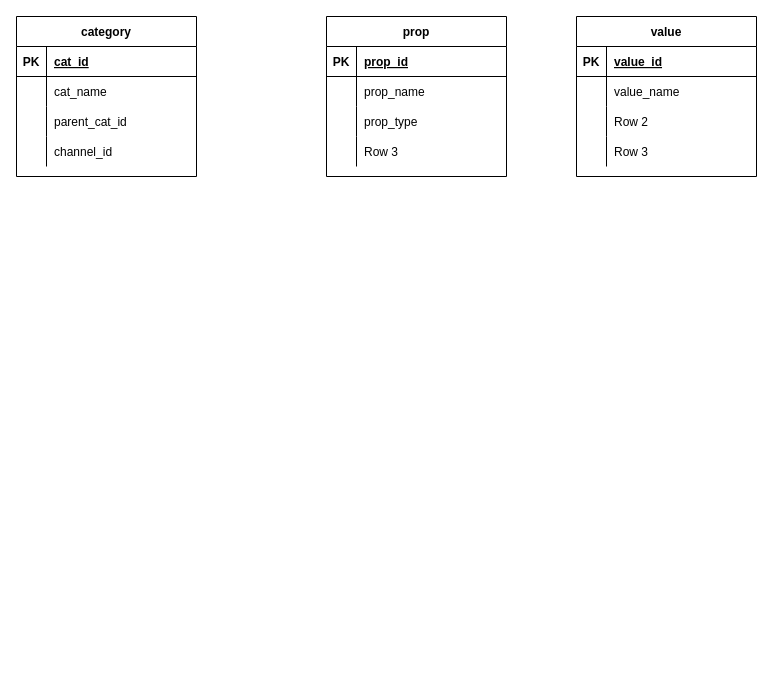
The draw.io diagram PersonalDoc/学习整理/电商知识整理/类目域.drawio in zero9230/sanguozhi11, before the edit. Source tidied: cells renumbered, new cells numbered last; positions are measured from the earlier drawing's top-left corner, leaving out a move shared by most shapes. Both pictures are drawn from the tidied source at 100%, with x=0, y=0 at pixel (16, 16).
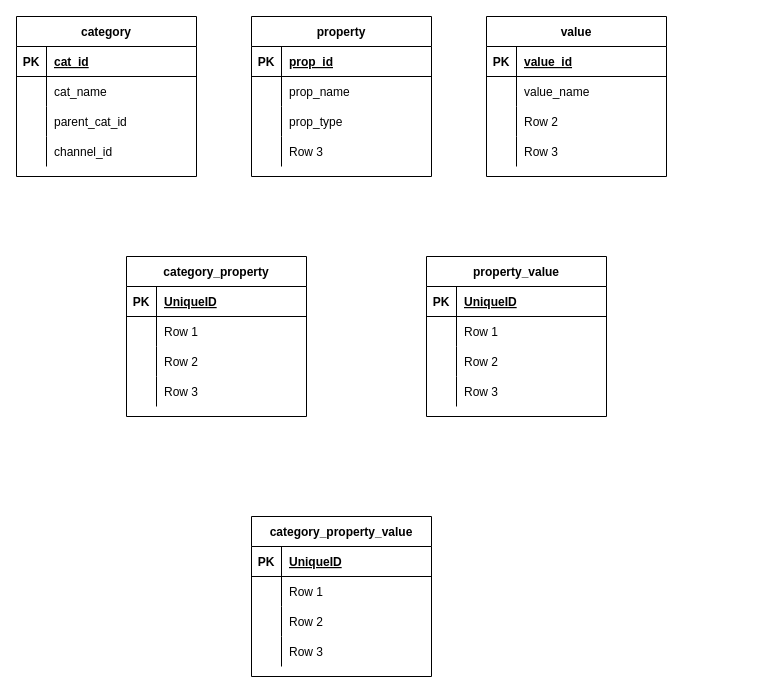
The same page after the edit.

Change to the diagram source:
```diff
@@
-    <mxCell id="15" value="prop" style="shape=table;startSize=30;childLayout=tableLayout;rowLines=0;fontStyle=1;align=center;" parent="1" vertex="1">
-      <mxGeometry x="310" width="180" height="160" as="geometry" />
+    <mxCell id="15" value="property" style="shape=table;startSize=30;childLayout=tableLayout;rowLines=0;fontStyle=1;align=center;" parent="1" vertex="1">
+      <mxGeometry x="235" width="180" height="160" as="geometry" />
     </mxCell>
@@
     <mxCell id="28" value="value" style="shape=table;startSize=30;childLayout=tableLayout;rowLines=0;fontStyle=1;align=center;" parent="1" vertex="1">
-      <mxGeometry x="560" width="180" height="160" as="geometry" />
+      <mxGeometry x="470" width="180" height="160" as="geometry" />
     </mxCell>
@@
+    <mxCell id="41" value="category_property" style="shape=table;startSize=30;childLayout=tableLayout;rowLines=0;fontStyle=1;align=center;" parent="1" vertex="1">
+      <mxGeometry x="110" y="240" width="180" height="160" as="geometry" />
+    </mxCell>
+    <mxCell id="42" style="shape=partialRectangle;fillColor=none;top=0;left=0;bottom=1;right=0;" parent="41" vertex="1">
+      <mxGeometry y="30" width="180" height="30" as="geometry" />
+    </mxCell>
+    <mxCell id="43" value="PK" style="shape=partialRectangle;fillColor=none;top=0;left=0;bottom=0;right=0;fontStyle=1;overflow=hidden;" parent="42" vertex="1">
+      <mxGeometry width="30" height="30" as="geometry" />
+    </mxCell>
+    <mxCell id="44" value="UniqueID" style="shape=partialRectangle;fillColor=none;top=0;left=0;bottom=0;right=0;align=left;spacingLeft=6;fontStyle=5;overflow=hidden;" parent="42" vertex="1">
+      <mxGeometry x="30" width="150" height="30" as="geometry" />
+    </mxCell>
+    <mxCell id="45" style="shape=partialRectangle;fillColor=none;top=0;left=0;bottom=0;right=0;" parent="41" vertex="1">
+      <mxGeometry y="60" width="180" height="30" as="geometry" />
+    </mxCell>
+    <mxCell id="46" style="shape=partialRectangle;fillColor=none;top=0;left=0;bottom=0;right=0;overflow=hidden;" parent="45" vertex="1">
+      <mxGeometry width="30" height="30" as="geometry" />
+    </mxCell>
+    <mxCell id="47" value="Row 1" style="shape=partialRectangle;fillColor=none;top=0;left=0;bottom=0;right=0;align=left;spacingLeft=6;overflow=hidden;" parent="45" vertex="1">
+      <mxGeometry x="30" width="150" height="30" as="geometry" />
+    </mxCell>
+    <mxCell id="48" style="shape=partialRectangle;fillColor=none;top=0;left=0;bottom=0;right=0;" parent="41" vertex="1">
+      <mxGeometry y="90" width="180" height="30" as="geometry" />
+    </mxCell>
+    <mxCell id="49" style="shape=partialRectangle;fillColor=none;top=0;left=0;bottom=0;right=0;overflow=hidden;" parent="48" vertex="1">
+      <mxGeometry width="30" height="30" as="geometry" />
+    </mxCell>
+    <mxCell id="50" value="Row 2" style="shape=partialRectangle;fillColor=none;top=0;left=0;bottom=0;right=0;align=left;spacingLeft=6;overflow=hidden;" parent="48" vertex="1">
+      <mxGeometry x="30" width="150" height="30" as="geometry" />
+    </mxCell>
+    <mxCell id="51" style="shape=partialRectangle;fillColor=none;top=0;left=0;bottom=0;right=0;" parent="41" vertex="1">
+      <mxGeometry y="120" width="180" height="30" as="geometry" />
+    </mxCell>
+    <mxCell id="52" style="shape=partialRectangle;fillColor=none;top=0;left=0;bottom=0;right=0;overflow=hidden;" parent="51" vertex="1">
+      <mxGeometry width="30" height="30" as="geometry" />
+    </mxCell>
+    <mxCell id="53" value="Row 3" style="shape=partialRectangle;fillColor=none;top=0;left=0;bottom=0;right=0;align=left;spacingLeft=6;overflow=hidden;" parent="51" vertex="1">
+      <mxGeometry x="30" width="150" height="30" as="geometry" />
+    </mxCell>
+    <mxCell id="54" value="property_value" style="shape=table;startSize=30;childLayout=tableLayout;rowLines=0;fontStyle=1;align=center;" parent="1" vertex="1">
+      <mxGeometry x="410" y="240" width="180" height="160" as="geometry" />
+    </mxCell>
+    <mxCell id="55" style="shape=partialRectangle;fillColor=none;top=0;left=0;bottom=1;right=0;" parent="54" vertex="1">
+      <mxGeometry y="30" width="180" height="30" as="geometry" />
+    </mxCell>
+    <mxCell id="56" value="PK" style="shape=partialRectangle;fillColor=none;top=0;left=0;bottom=0;right=0;fontStyle=1;overflow=hidden;" parent="55" vertex="1">
+      <mxGeometry width="30" height="30" as="geometry" />
+    </mxCell>
+    <mxCell id="57" value="UniqueID" style="shape=partialRectangle;fillColor=none;top=0;left=0;bottom=0;right=0;align=left;spacingLeft=6;fontStyle=5;overflow=hidden;" parent="55" vertex="1">
+      <mxGeometry x="30" width="150" height="30" as="geometry" />
+    </mxCell>
+    <mxCell id="58" style="shape=partialRectangle;fillColor=none;top=0;left=0;bottom=0;right=0;" parent="54" vertex="1">
+      <mxGeometry y="60" width="180" height="30" as="geometry" />
+    </mxCell>
+    <mxCell id="59" style="shape=partialRectangle;fillColor=none;top=0;left=0;bottom=0;right=0;overflow=hidden;" parent="58" vertex="1">
+      <mxGeometry width="30" height="30" as="geometry" />
+    </mxCell>
+    <mxCell id="60" value="Row 1" style="shape=partialRectangle;fillColor=none;top=0;left=0;bottom=0;right=0;align=left;spacingLeft=6;overflow=hidden;" parent="58" vertex="1">
+      <mxGeometry x="30" width="150" height="30" as="geometry" />
+    </mxCell>
+    <mxCell id="61" style="shape=partialRectangle;fillColor=none;top=0;left=0;bottom=0;right=0;" parent="54" vertex="1">
+      <mxGeometry y="90" width="180" height="30" as="geometry" />
+    </mxCell>
+    <mxCell id="62" style="shape=partialRectangle;fillColor=none;top=0;left=0;bottom=0;right=0;overflow=hidden;" parent="61" vertex="1">
+      <mxGeometry width="30" height="30" as="geometry" />
+    </mxCell>
+    <mxCell id="63" value="Row 2" style="shape=partialRectangle;fillColor=none;top=0;left=0;bottom=0;right=0;align=left;spacingLeft=6;overflow=hidden;" parent="61" vertex="1">
+      <mxGeometry x="30" width="150" height="30" as="geometry" />
+    </mxCell>
+    <mxCell id="64" style="shape=partialRectangle;fillColor=none;top=0;left=0;bottom=0;right=0;" parent="54" vertex="1">
+      <mxGeometry y="120" width="180" height="30" as="geometry" />
+    </mxCell>
+    <mxCell id="65" style="shape=partialRectangle;fillColor=none;top=0;left=0;bottom=0;right=0;overflow=hidden;" parent="64" vertex="1">
+      <mxGeometry width="30" height="30" as="geometry" />
+    </mxCell>
+    <mxCell id="66" value="Row 3" style="shape=partialRectangle;fillColor=none;top=0;left=0;bottom=0;right=0;align=left;spacingLeft=6;overflow=hidden;" parent="64" vertex="1">
+      <mxGeometry x="30" width="150" height="30" as="geometry" />
+    </mxCell>
+    <mxCell id="67" value="category_property_value" style="shape=table;startSize=30;childLayout=tableLayout;rowLines=0;fontStyle=1;align=center;" parent="1" vertex="1">
+      <mxGeometry x="235" y="500" width="180" height="160" as="geometry" />
+    </mxCell>
+    <mxCell id="68" style="shape=partialRectangle;fillColor=none;top=0;left=0;bottom=1;right=0;" parent="67" vertex="1">
+      <mxGeometry y="30" width="180" height="30" as="geometry" />
+    </mxCell>
+    <mxCell id="69" value="PK" style="shape=partialRectangle;fillColor=none;top=0;left=0;bottom=0;right=0;fontStyle=1;overflow=hidden;" parent="68" vertex="1">
+      <mxGeometry width="30" height="30" as="geometry" />
+    </mxCell>
+    <mxCell id="70" value="UniqueID" style="shape=partialRectangle;fillColor=none;top=0;left=0;bottom=0;right=0;align=left;spacingLeft=6;fontStyle=5;overflow=hidden;" parent="68" vertex="1">
+      <mxGeometry x="30" width="150" height="30" as="geometry" />
+    </mxCell>
+    <mxCell id="71" style="shape=partialRectangle;fillColor=none;top=0;left=0;bottom=0;right=0;" parent="67" vertex="1">
+      <mxGeometry y="60" width="180" height="30" as="geometry" />
+    </mxCell>
+    <mxCell id="72" style="shape=partialRectangle;fillColor=none;top=0;left=0;bottom=0;right=0;overflow=hidden;" parent="71" vertex="1">
+      <mxGeometry width="30" height="30" as="geometry" />
+    </mxCell>
+    <mxCell id="73" value="Row 1" style="shape=partialRectangle;fillColor=none;top=0;left=0;bottom=0;right=0;align=left;spacingLeft=6;overflow=hidden;" parent="71" vertex="1">
+      <mxGeometry x="30" width="150" height="30" as="geometry" />
+    </mxCell>
+    <mxCell id="74" style="shape=partialRectangle;fillColor=none;top=0;left=0;bottom=0;right=0;" parent="67" vertex="1">
+      <mxGeometry y="90" width="180" height="30" as="geometry" />
+    </mxCell>
+    <mxCell id="75" style="shape=partialRectangle;fillColor=none;top=0;left=0;bottom=0;right=0;overflow=hidden;" parent="74" vertex="1">
+      <mxGeometry width="30" height="30" as="geometry" />
+    </mxCell>
+    <mxCell id="76" value="Row 2" style="shape=partialRectangle;fillColor=none;top=0;left=0;bottom=0;right=0;align=left;spacingLeft=6;overflow=hidden;" parent="74" vertex="1">
+      <mxGeometry x="30" width="150" height="30" as="geometry" />
+    </mxCell>
+    <mxCell id="77" style="shape=partialRectangle;fillColor=none;top=0;left=0;bottom=0;right=0;" parent="67" vertex="1">
+      <mxGeometry y="120" width="180" height="30" as="geometry" />
+    </mxCell>
+    <mxCell id="78" style="shape=partialRectangle;fillColor=none;top=0;left=0;bottom=0;right=0;overflow=hidden;" parent="77" vertex="1">
+      <mxGeometry width="30" height="30" as="geometry" />
+    </mxCell>
+    <mxCell id="79" value="Row 3" style="shape=partialRectangle;fillColor=none;top=0;left=0;bottom=0;right=0;align=left;spacingLeft=6;overflow=hidden;" parent="77" vertex="1">
+      <mxGeometry x="30" width="150" height="30" as="geometry" />
+    </mxCell>
```
